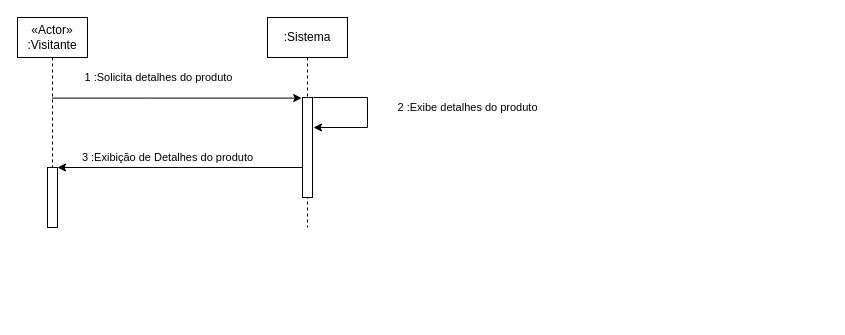
Before: detalhes.drawio in JorgeEduardoFOS/ecommercepet, a draw.io diagram. Source tidied: cells renumbered, new cells numbered last; positions are measured from the earlier drawing's top-left corner, leaving out a move shared by most shapes. Both pictures are drawn from the tidied source at 100%, with x=0, y=0 at pixel (17, 17).
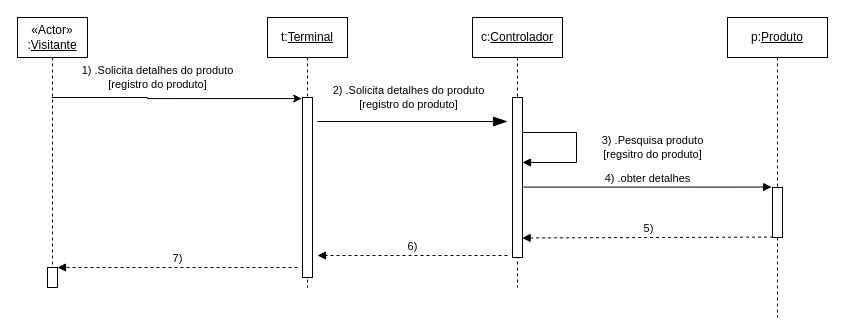
After the change.

Diff of the diagram source:
```diff
@@
-    <mxCell id="2" value="&lt;div&gt;1 :Solicita detalhes do produto&lt;br&gt;&lt;/div&gt;" style="edgeStyle=orthogonalEdgeStyle;rounded=0;jettySize=auto;html=1;entryX=-0.08;entryY=0.006;entryDx=0;entryDy=0;entryPerimeter=0;" parent="1" edge="1" source="3" target="7">
+    <mxCell id="2" value="&lt;div&gt;1) .Solicita detalhes do produto&lt;/div&gt;&lt;div&gt;[registro do produto]&lt;br&gt;&lt;/div&gt;" style="edgeStyle=orthogonalEdgeStyle;rounded=0;jettySize=auto;html=1;entryX=-0.08;entryY=0.006;entryDx=0;entryDy=0;entryPerimeter=0;" parent="1" edge="1" source="3" target="7">
       <mxGeometry x="-0.15" y="21" relative="1" as="geometry">
         <Array as="points">
           <mxPoint x="130" y="80" />
         </Array>
       </mxGeometry>
     </mxCell>
-    <mxCell id="3" value="&lt;div&gt;«Actor»&lt;/div&gt;&lt;div&gt;:Visitante&lt;/div&gt;" style="shape=umlLifeline;perimeter=lifelinePerimeter;whiteSpace=wrap;html=1;outlineConnect=0;" parent="1" vertex="1">
-      <mxGeometry width="70" height="210" as="geometry" />
+    <mxCell id="3" value="&lt;div&gt;«Actor»&lt;/div&gt;&lt;div&gt;:&lt;u&gt;Visitante&lt;/u&gt;&lt;/div&gt;" style="shape=umlLifeline;perimeter=lifelinePerimeter;whiteSpace=wrap;html=1;outlineConnect=0;" parent="1" vertex="1">
+      <mxGeometry width="70" height="270" as="geometry" />
     </mxCell>
     <mxCell id="4" style="html=1;perimeter=orthogonalPerimeter;" parent="3" vertex="1">
-      <mxGeometry x="30" y="150" width="10" height="60" as="geometry" />
+      <mxGeometry x="30" y="250" width="10" height="20" as="geometry" />
     </mxCell>
-    <mxCell id="5" value="3 :Exibição de Detalhes do produto" style="edgeStyle=orthogonalEdgeStyle;rounded=0;jettySize=auto;html=1;" parent="1" edge="1" source="6">
-      <mxGeometry x="0.12" y="-10" relative="1" as="geometry">
-        <mxPoint x="40" y="150" as="targetPoint" />
-        <Array as="points">
-          <mxPoint x="40" y="150" />
-        </Array>
-      </mxGeometry>
-    </mxCell>
-    <mxCell id="6" value=":Sistema" style="shape=umlLifeline;perimeter=lifelinePerimeter;whiteSpace=wrap;html=1;outlineConnect=0;" parent="1" vertex="1">
-      <mxGeometry x="250" width="80" height="210" as="geometry" />
+    <mxCell id="6" value="t:&lt;u&gt;Terminal&lt;/u&gt;" style="shape=umlLifeline;perimeter=lifelinePerimeter;whiteSpace=wrap;html=1;outlineConnect=0;" parent="1" vertex="1">
+      <mxGeometry x="250" width="80" height="270" as="geometry" />
     </mxCell>
     <mxCell id="7" style="html=1;points=[];perimeter=orthogonalPerimeter;" parent="6" vertex="1">
-      <mxGeometry x="35" y="80" width="10" height="100" as="geometry" />
+      <mxGeometry x="35" y="80" width="10" height="180" as="geometry" />
     </mxCell>
-    <mxCell id="8" value="&lt;div&gt;2 :Exibe detalhes do produto&lt;br&gt;&lt;/div&gt;" style="edgeStyle=orthogonalEdgeStyle;rounded=0;orthogonalLoop=1;jettySize=auto;html=1;" parent="1" edge="1">
-      <mxGeometry x="-0.07" y="100" relative="1" as="geometry">
-        <mxPoint x="296" y="80" as="sourcePoint" />
-        <mxPoint x="296" y="110" as="targetPoint" />
-        <Array as="points">
-          <mxPoint x="296" y="80" />
-          <mxPoint x="350" y="80" />
-          <mxPoint x="350" y="110" />
-        </Array>
-      </mxGeometry>
-    </mxCell>
+    <mxCell id="9" value="&lt;div&gt;c:&lt;u&gt;Controlador&lt;/u&gt;&lt;/div&gt;" style="shape=umlLifeline;perimeter=lifelinePerimeter;whiteSpace=wrap;html=1;" parent="1" vertex="1">
+      <mxGeometry x="455" width="90" height="270" as="geometry" />
+    </mxCell>
+    <mxCell id="10" style="html=1;points=[];perimeter=orthogonalPerimeter;" parent="9" vertex="1">
+      <mxGeometry x="40" y="80" width="10" height="160" as="geometry" />
+    </mxCell>
+    <mxCell id="11" value="&lt;div&gt;2) .Solicita detalhes do produto&lt;/div&gt;&lt;div&gt;[registro do produto]&lt;/div&gt;" style="endArrow=blockThin;endFill=1;endSize=12;html=1;rounded=0;" parent="1" edge="1">
+      <mxGeometry x="-0.04" y="24" relative="1" as="geometry">
+        <mxPoint x="300" y="104" as="sourcePoint" />
+        <mxPoint x="490" y="104" as="targetPoint" />
+      </mxGeometry>
+    </mxCell>
+    <mxCell id="12" value="&lt;div&gt;3) .Pesquisa produto&lt;/div&gt;&lt;div&gt;[regsitro do produto]&lt;br&gt;&lt;/div&gt;" style="edgeStyle=orthogonalEdgeStyle;rounded=0;orthogonalLoop=1;jettySize=auto;html=1;endArrow=block;endFill=1;" parent="1" edge="1">
+      <mxGeometry y="76" relative="1" as="geometry">
+        <mxPoint x="505" y="115" as="sourcePoint" />
+        <mxPoint x="505" y="145" as="targetPoint" />
+        <Array as="points">
+          <mxPoint x="505" y="115" />
+          <mxPoint x="559" y="115" />
+          <mxPoint x="559" y="145" />
+        </Array>
+      </mxGeometry>
+    </mxCell>
+    <mxCell id="13" value="p:&lt;u&gt;Produto&lt;/u&gt;" style="shape=umlLifeline;perimeter=lifelinePerimeter;whiteSpace=wrap;html=1;" parent="1" vertex="1">
+      <mxGeometry x="710" width="100" height="300" as="geometry" />
+    </mxCell>
+    <mxCell id="14" style="html=1;points=[];perimeter=orthogonalPerimeter;" parent="13" vertex="1">
+      <mxGeometry x="45" y="170" width="10" height="50" as="geometry" />
+    </mxCell>
+    <mxCell id="15" value="4) .obter detalhes" style="html=1;verticalAlign=bottom;endArrow=block;rounded=0;entryX=-0.086;entryY=-0.009;entryDx=0;entryDy=0;entryPerimeter=0;exitX=1.105;exitY=0.56;exitDx=0;exitDy=0;exitPerimeter=0;" parent="1" edge="1" source="10" target="14">
+      <mxGeometry relative="1" as="geometry" />
+    </mxCell>
+    <mxCell id="16" value="5)" style="html=1;verticalAlign=bottom;endArrow=block;rounded=0;dashed=1;exitX=0.057;exitY=0.991;exitDx=0;exitDy=0;exitPerimeter=0;entryX=0.962;entryY=0.878;entryDx=0;entryDy=0;entryPerimeter=0;" parent="1" edge="1" source="14" target="10">
+      <mxGeometry relative="1" as="geometry" />
+    </mxCell>
+    <mxCell id="17" value="6)" style="html=1;verticalAlign=bottom;endArrow=block;rounded=0;dashed=1;" parent="1" edge="1">
+      <mxGeometry relative="1" as="geometry">
+        <mxPoint x="490" y="238" as="sourcePoint" />
+        <mxPoint x="300" y="238" as="targetPoint" />
+      </mxGeometry>
+    </mxCell>
+    <mxCell id="18" value="7)" style="html=1;verticalAlign=bottom;endArrow=block;rounded=0;dashed=1;" parent="1" edge="1">
+      <mxGeometry relative="1" as="geometry">
+        <mxPoint x="280" y="250" as="sourcePoint" />
+        <mxPoint x="40" y="250" as="targetPoint" />
+      </mxGeometry>
+    </mxCell>
```
